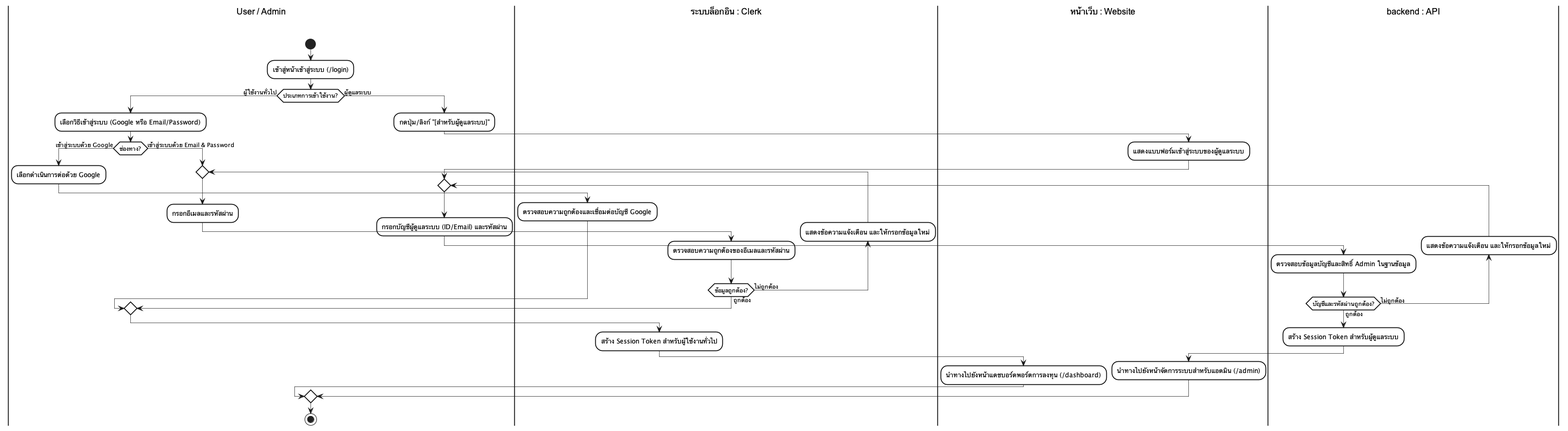
Above: docs/diagrams/images/activity/activity_11_login.png in Anatta-at/my-portfolio-app (PlantUML), before the change.
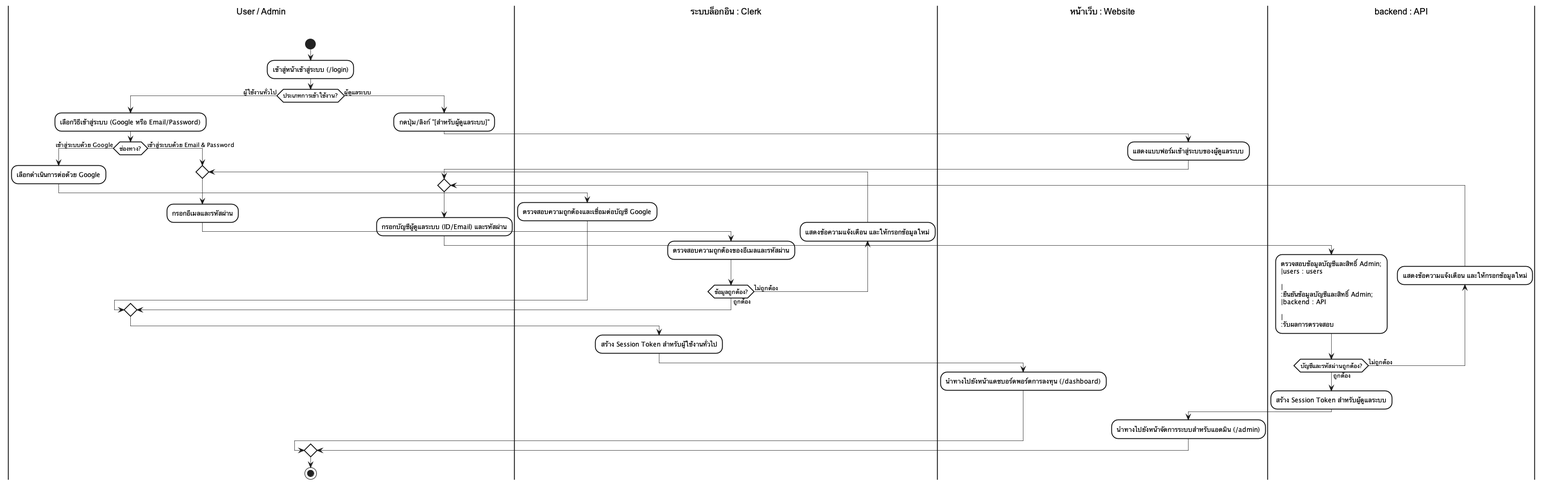
The same diagram one commit later.

Change to the diagram source:
```diff
@@ -49,7 +49,7 @@
     |User / Admin\n\n|
     :กรอกบัญชีผู้ดูแลระบบ (ID/Email) และรหัสผ่าน;
     |backend : API\n\n|
-    :ตรวจสอบข้อมูลบัญชีและสิทธิ์ Admin ในฐานข้อมูล;
+    :ตรวจสอบข้อมูลบัญชีและสิทธิ์ Admin;\n|users : users\n\n|\n:ยืนยันข้อมูลบัญชีและสิทธิ์ Admin;\n|backend : API\n\n|\n:รับผลการตรวจสอบ;
   backward:แสดงข้อความแจ้งเตือน และให้กรอกข้อมูลใหม่;
   repeat while (บัญชีและรหัสผ่านถูกต้อง?) is (ไม่ถูกต้อง) not (ถูกต้อง)
   :สร้าง Session Token สำหรับผู้ดูแลระบบ;
```
